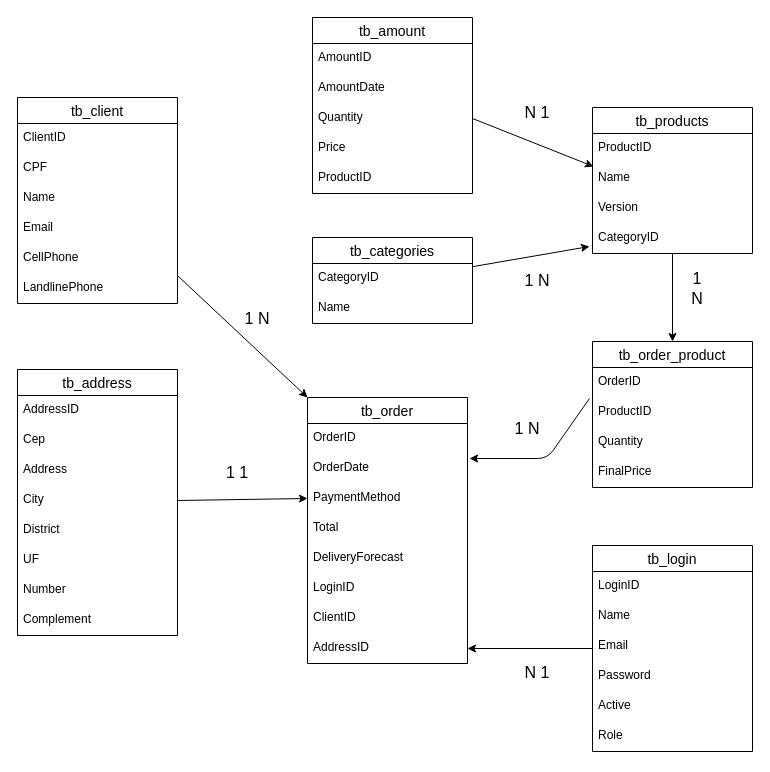
Above: Doc/DB/BD.Drawio in JoaopedroSassi/GoldCS-BackEnd (draw.io), before the change. Source tidied: cells renumbered, new cells numbered last; positions are measured from the earlier drawing's top-left corner, leaving out a move shared by most shapes. Both pictures are drawn from the tidied source at 100%, with x=0, y=0 at pixel (17, 17).
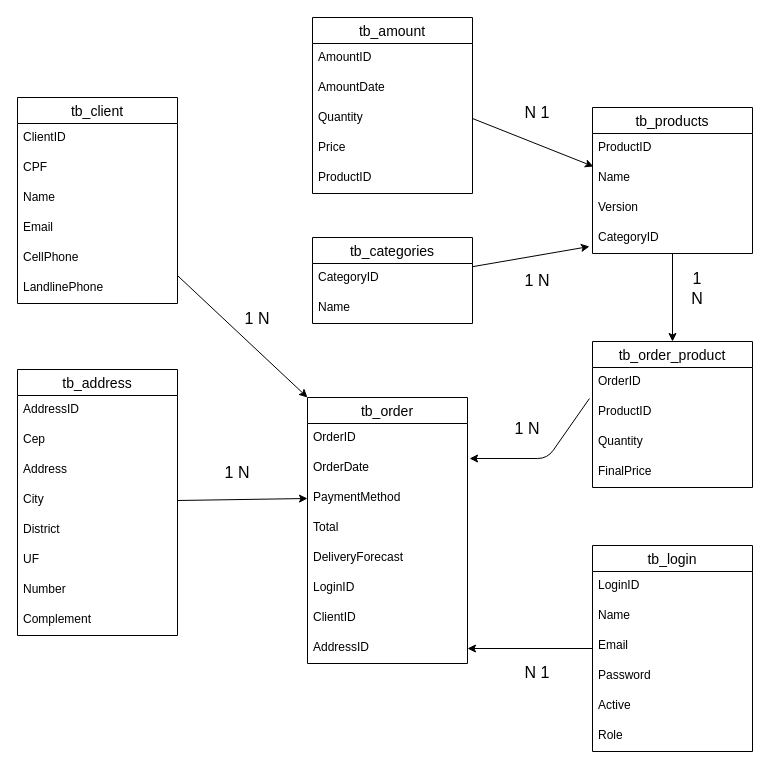
The same diagram, later.

Commit message (it also covers changes not shown here):
Mudanca relacionamento endereco + rmv using

The edit, as a diff of the source:
```diff
@@
-    <mxCell id="51" value="&lt;font style=&quot;font-size: 16px;&quot;&gt;1 1&lt;/font&gt;" style="text;html=1;strokeColor=none;fillColor=none;align=center;verticalAlign=middle;whiteSpace=wrap;rounded=0;" parent="1" vertex="1">
+    <mxCell id="51" value="&lt;font style=&quot;font-size: 16px;&quot;&gt;1 N&lt;/font&gt;" style="text;html=1;strokeColor=none;fillColor=none;align=center;verticalAlign=middle;whiteSpace=wrap;rounded=0;" parent="1" vertex="1">
       <mxGeometry x="190" y="440" width="60" height="30" as="geometry" />
     </mxCell>
```
